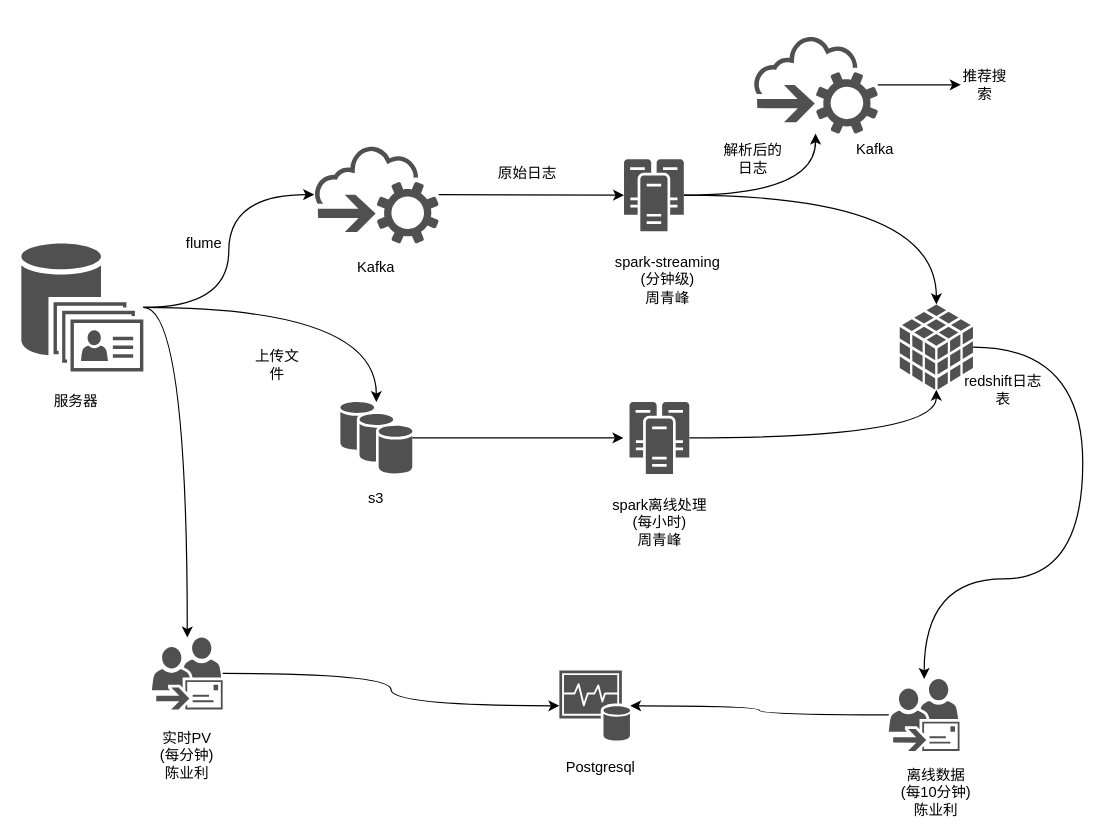
wangbin2188/draw keeps this draw.io diagram as 日志流转.drawio. Above is the earlier version. Source tidied: cells renumbered, new cells numbered last; positions are measured from the earlier drawing's top-left corner, leaving out a move shared by most shapes. Both pictures are drawn from the tidied source at 122%, with x=0, y=0 at pixel (21, 35).
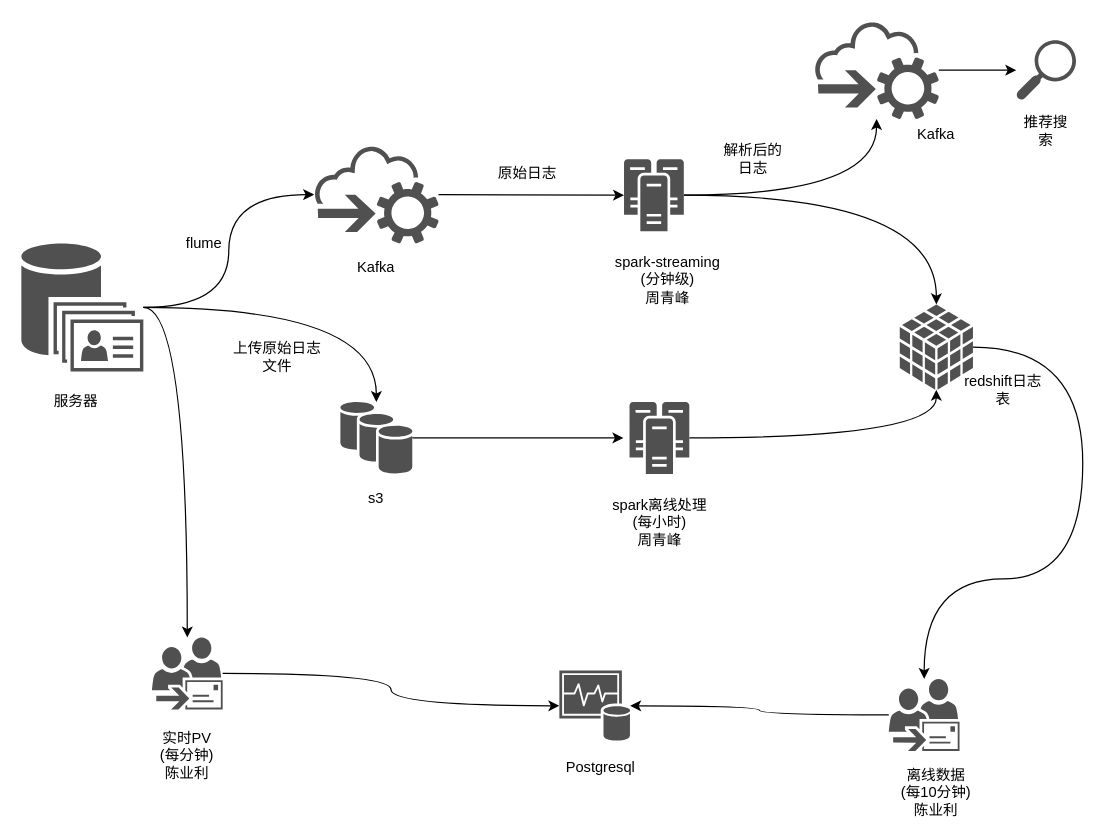
The same page after the edit.

Commit message:
更新日志流转.drawio

Change to the diagram source:
```diff
@@
-    <mxCell id="14" value="上传文件" style="text;html=1;strokeColor=none;fillColor=none;align=center;verticalAlign=middle;whiteSpace=wrap;rounded=0;" parent="1" vertex="1">
-      <mxGeometry x="190" y="260" width="40" height="20" as="geometry" />
+    <mxCell id="14" value="上传原始日志文件" style="text;html=1;strokeColor=none;fillColor=none;align=center;verticalAlign=middle;whiteSpace=wrap;rounded=0;" parent="1" vertex="1">
+      <mxGeometry x="170" y="253" width="80" height="20" as="geometry" />
     </mxCell>
@@
-    <mxCell id="34" style="edgeStyle=orthogonalEdgeStyle;curved=1;rounded=0;jettySize=auto;html=1;entryX=0;entryY=0.5;entryDx=0;entryDy=0;" parent="1" edge="1" source="35" target="37">
+    <mxCell id="34" style="edgeStyle=orthogonalEdgeStyle;curved=1;rounded=0;jettySize=auto;html=1;" parent="1" edge="1" source="35" target="39">
       <mxGeometry relative="1" as="geometry" />
     </mxCell>
     <mxCell id="35" style="shadow=0;dashed=0;html=1;strokeColor=none;fillColor=#505050;labelPosition=center;verticalLabelPosition=bottom;outlineConnect=0;verticalAlign=top;align=center;shape=mxgraph.office.clouds.cloud_service_request;" parent="1" vertex="1">
-      <mxGeometry x="600" width="102" height="80" as="geometry" />
+      <mxGeometry x="650" y="-12" width="102" height="80" as="geometry" />
     </mxCell>
@@
+    <mxCell id="38" value="Kafka" style="text;html=1;strokeColor=none;fillColor=none;align=center;verticalAlign=middle;whiteSpace=wrap;rounded=0;" parent="1" vertex="1">
+      <mxGeometry x="730" y="71" width="40" height="20" as="geometry" />
+    </mxCell>
+    <mxCell id="39" style="shadow=0;dashed=0;html=1;strokeColor=none;fillColor=#505050;labelPosition=center;verticalLabelPosition=bottom;verticalAlign=top;outlineConnect=0;align=center;shape=mxgraph.office.concepts.search;" parent="1" vertex="1">
+      <mxGeometry x="815.5" y="3.5" width="49" height="49" as="geometry" />
+    </mxCell>
     <mxCell id="37" value="推荐搜索" style="text;html=1;strokeColor=none;fillColor=none;align=center;verticalAlign=middle;whiteSpace=wrap;rounded=0;" parent="1" vertex="1">
-      <mxGeometry x="770" y="30" width="40" height="20" as="geometry" />
+      <mxGeometry x="820" y="68" width="40" height="20" as="geometry" />
     </mxCell>
-    <mxCell id="38" value="Kafka" style="text;html=1;strokeColor=none;fillColor=none;align=center;verticalAlign=middle;whiteSpace=wrap;rounded=0;" parent="1" vertex="1">
-      <mxGeometry x="680" y="83" width="40" height="20" as="geometry" />
-    </mxCell>
```
